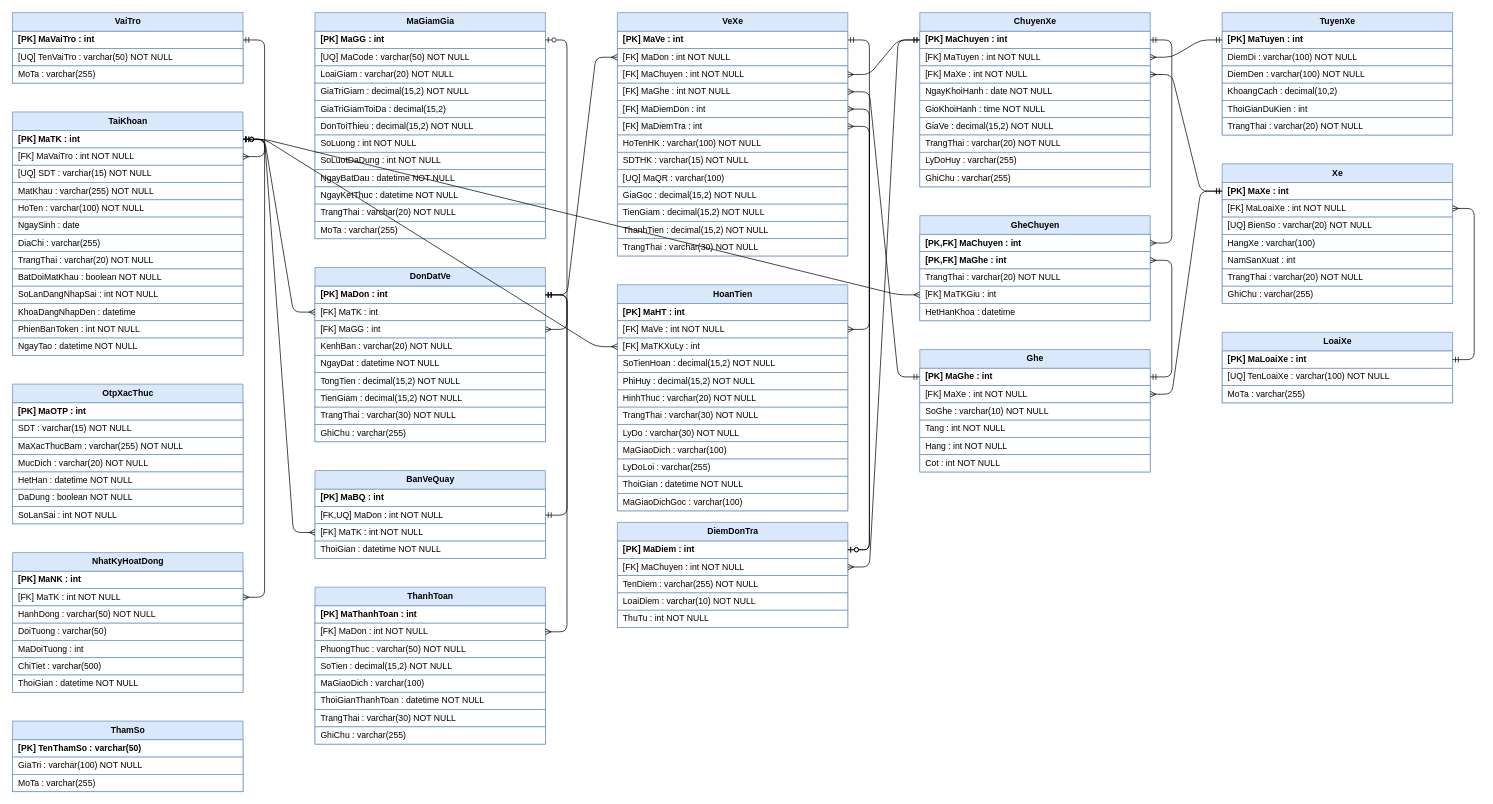
The draw.io diagram docs/rdm/RDM_DatVeXeKhach.drawio in Longcodepro/Project_OOAD_HK1_2026-2027, before the edit. Source tidied: cells renumbered, new cells numbered last; positions are measured from the earlier drawing's top-left corner, leaving out a move shared by most shapes. Both pictures are drawn from the tidied source at 72%, with x=0, y=0 at pixel (12, 12).
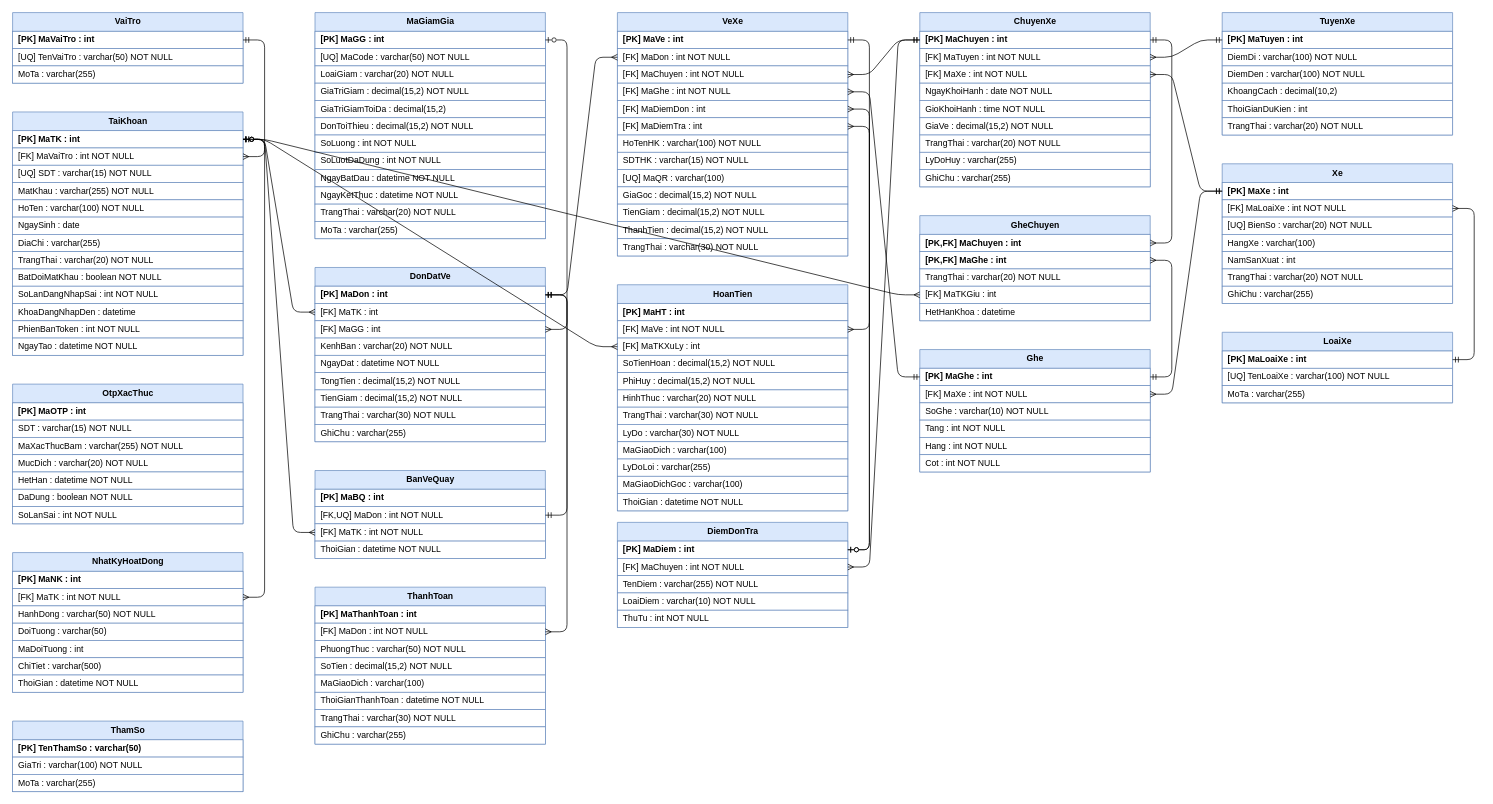
After the change.

Unchanged cells that the change refers to:
```xml
<mxCell id="139" value="HoanTien" style="swimlane;fontStyle=1;horizontal=1;startSize=26;html=1;fillColor=#dae8fc;strokeColor=#6c8ebf;" parent="1" vertex="1">
  <mxGeometry x="840" y="378" width="320" height="314" as="geometry" />
</mxCell>
```

Change to the diagram source:
```diff
@@
-    <mxCell id="150" value="ThoiGian : datetime NOT NULL" style="text;align=left;verticalAlign=middle;spacingLeft=6;html=1;strokeColor=#6c8ebf;fillColor=#ffffff;" parent="139" vertex="1">
+    <mxCell id="150" value="MaGiaoDichGoc : varchar(100)" style="text;align=left;verticalAlign=middle;spacingLeft=6;html=1;strokeColor=#6c8ebf;fillColor=#ffffff;" parent="139" vertex="1">
       <mxGeometry y="266" width="320" height="24" as="geometry" />
     </mxCell>
-    <mxCell id="151" value="MaGiaoDichGoc : varchar(100)" style="text;align=left;verticalAlign=middle;spacingLeft=6;html=1;strokeColor=#6c8ebf;fillColor=#ffffff;" parent="139" vertex="1">
+    <mxCell id="151" value="ThoiGian : datetime NOT NULL" style="text;align=left;verticalAlign=middle;spacingLeft=6;html=1;strokeColor=#6c8ebf;fillColor=#ffffff;" parent="139" vertex="1">
       <mxGeometry y="290" width="320" height="24" as="geometry" />
     </mxCell>
```
